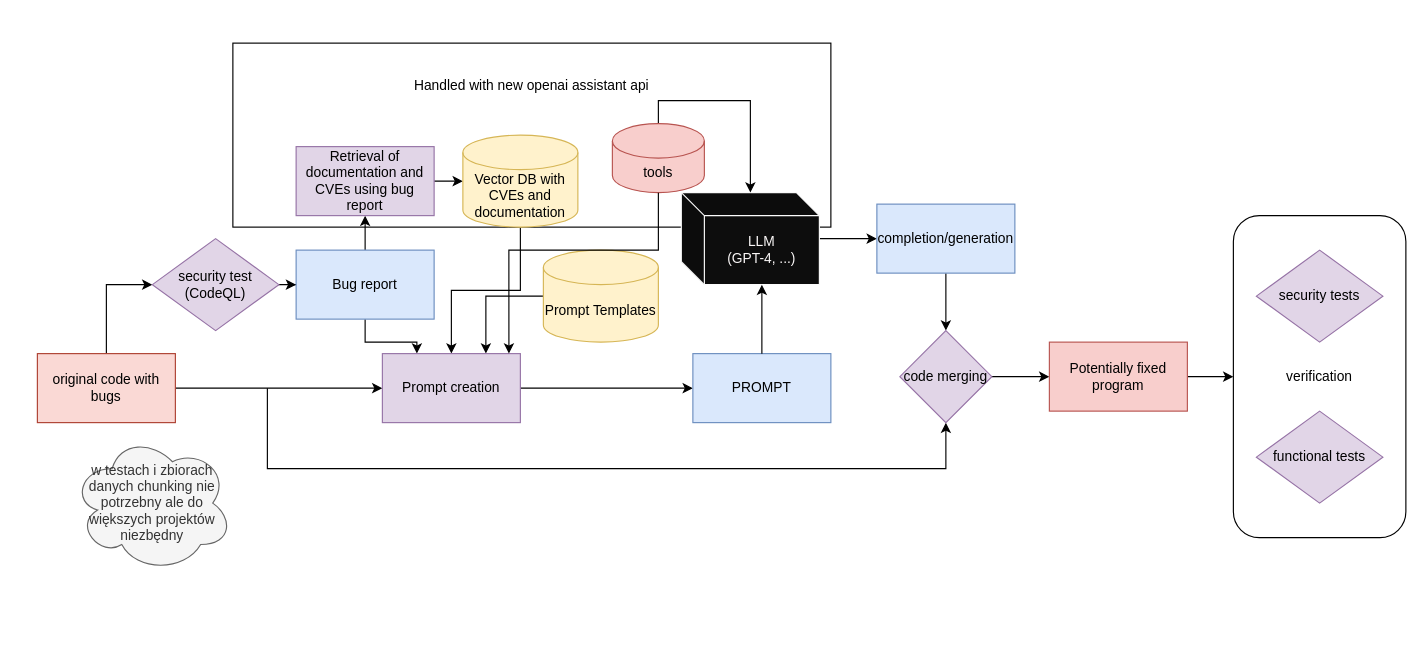
Before: gptester.drawio in 70ziko/gptester, a draw.io diagram. Source tidied: cells renumbered, new cells numbered last; positions are measured from the earlier drawing's top-left corner, leaving out a move shared by most shapes. Both pictures are drawn from the tidied source at 115%, with x=0, y=0 at pixel (37, 43).
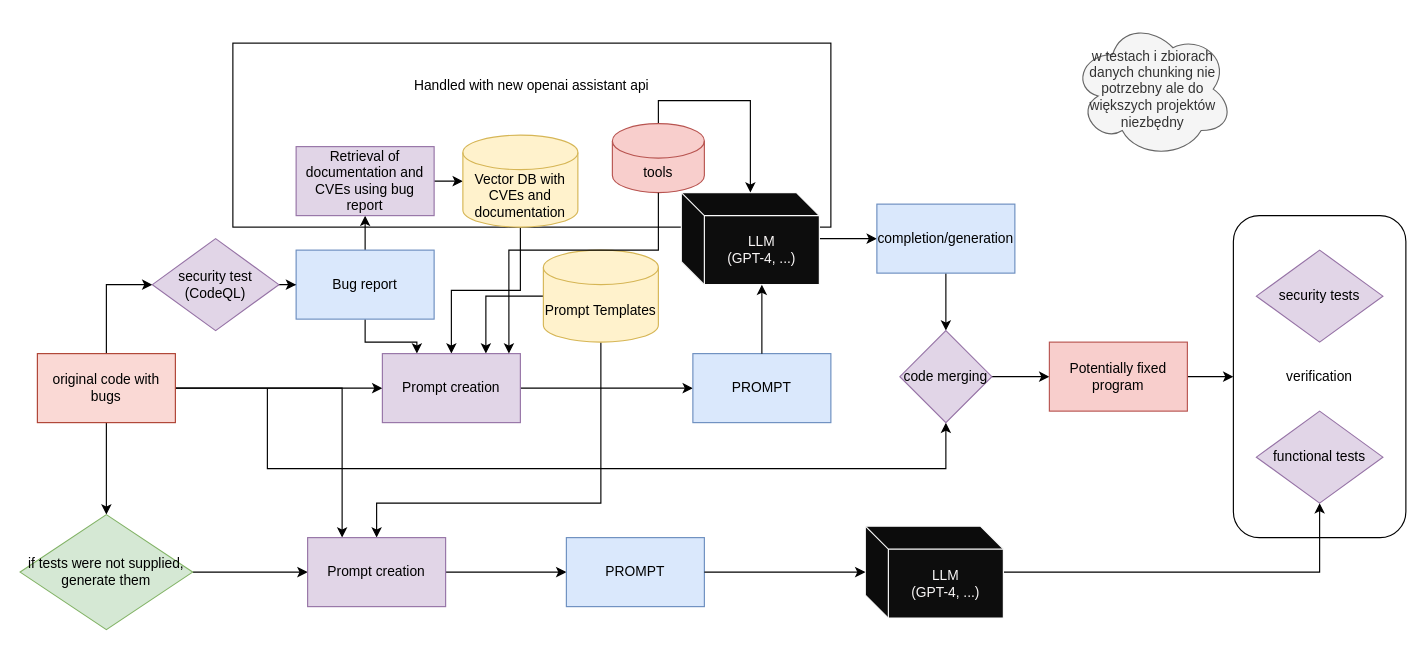
After the change.

Unchanged cells that the change refers to:
```xml
<mxCell id="6" value="original code with bugs" style="rounded=0;whiteSpace=wrap;html=1;fillColor=#fad9d5;strokeColor=#ae4132;" parent="1" vertex="1">
  <mxGeometry y="270" width="120" height="60" as="geometry" />
</mxCell>
<mxCell id="15" value="Prompt Templates" style="shape=cylinder3;whiteSpace=wrap;html=1;boundedLbl=1;backgroundOutline=1;size=15;fillColor=#fff2cc;strokeColor=#d6b656;" parent="1" vertex="1">
  <mxGeometry x="440" y="180" width="100" height="80" as="geometry" />
</mxCell>
<mxCell id="33" value="functional tests" style="rhombus;whiteSpace=wrap;html=1;fillColor=#e1d5e7;strokeColor=#9673a6;" parent="1" vertex="1">
  <mxGeometry x="1060" y="320" width="110" height="80" as="geometry" />
</mxCell>
```

Change to the diagram source:
```diff
@@
+    <mxCell id="37" style="edgeStyle=orthogonalEdgeStyle;rounded=0;jettySize=auto;html=1;" parent="1" edge="1" source="6">
+      <mxGeometry relative="1" as="geometry">
+        <mxPoint x="60" y="410" as="targetPoint" />
+      </mxGeometry>
+    </mxCell>
+    <mxCell id="38" style="edgeStyle=orthogonalEdgeStyle;rounded=0;jettySize=auto;html=1;entryX=0.25;entryY=0;entryDx=0;entryDy=0;" parent="1" edge="1" source="6" target="43">
+      <mxGeometry relative="1" as="geometry" />
+    </mxCell>
@@
+    <mxCell id="39" style="edgeStyle=orthogonalEdgeStyle;rounded=0;jettySize=auto;html=1;entryX=0.5;entryY=0;entryDx=0;entryDy=0;" parent="1" edge="1" source="15" target="43">
+      <mxGeometry relative="1" as="geometry">
+        <Array as="points">
+          <mxPoint x="490" y="400" />
+          <mxPoint x="295" y="400" />
+        </Array>
+      </mxGeometry>
+    </mxCell>
@@
     <mxCell id="29" value="w testach i zbiorach danych chunking nie potrzebny ale do większych projektów niezbędny" style="ellipse;shape=cloud;whiteSpace=wrap;html=1;fillColor=#f5f5f5;strokeColor=#666666;fontColor=#333333;" parent="1" vertex="1">
-      <mxGeometry x="30" y="340" width="140" height="120" as="geometry" />
+      <mxGeometry x="900" y="-20" width="140" height="120" as="geometry" />
     </mxCell>
@@
+    <mxCell id="40" style="edgeStyle=orthogonalEdgeStyle;rounded=0;jettySize=auto;html=1;entryX=0;entryY=0.5;entryDx=0;entryDy=0;" parent="1" edge="1" source="41" target="43">
+      <mxGeometry relative="1" as="geometry" />
+    </mxCell>
+    <mxCell id="41" value="if tests were not supplied, generate them" style="rhombus;whiteSpace=wrap;html=1;fillColor=#d5e8d4;strokeColor=#82b366;" parent="1" vertex="1">
+      <mxGeometry x="-15" y="410" width="150" height="100" as="geometry" />
+    </mxCell>
+    <mxCell id="42" style="edgeStyle=orthogonalEdgeStyle;rounded=0;jettySize=auto;html=1;" parent="1" edge="1" source="43" target="44">
+      <mxGeometry relative="1" as="geometry" />
+    </mxCell>
+    <mxCell id="43" value="Prompt creation" style="rounded=0;whiteSpace=wrap;html=1;fillColor=#e1d5e7;strokeColor=#9673a6;" parent="1" vertex="1">
+      <mxGeometry x="235" y="430" width="120" height="60" as="geometry" />
+    </mxCell>
+    <mxCell id="44" value="PROMPT" style="rounded=0;whiteSpace=wrap;html=1;fillColor=#dae8fc;strokeColor=#6c8ebf;" parent="1" vertex="1">
+      <mxGeometry x="460" y="430" width="120" height="60" as="geometry" />
+    </mxCell>
+    <mxCell id="45" style="edgeStyle=orthogonalEdgeStyle;rounded=0;jettySize=auto;html=1;" parent="1" edge="1" source="46" target="33">
+      <mxGeometry relative="1" as="geometry" />
+    </mxCell>
+    <mxCell id="46" value="&lt;div&gt;LLM&lt;/div&gt;&lt;div&gt;(GPT-4, ...)&lt;br&gt;&lt;/div&gt;" style="shape=cube;whiteSpace=wrap;html=1;boundedLbl=1;backgroundOutline=1;darkOpacity=0.05;darkOpacity2=0.1;fillColor=#0D0D0D;strokeColor=#FCFCFC;fontColor=#FAF7F7;" parent="1" vertex="1">
+      <mxGeometry x="720" y="420" width="120" height="80" as="geometry" />
+    </mxCell>
+    <mxCell id="47" style="edgeStyle=orthogonalEdgeStyle;rounded=0;jettySize=auto;html=1;" parent="1" edge="1" source="44" target="46">
+      <mxGeometry relative="1" as="geometry" />
+    </mxCell>
```
